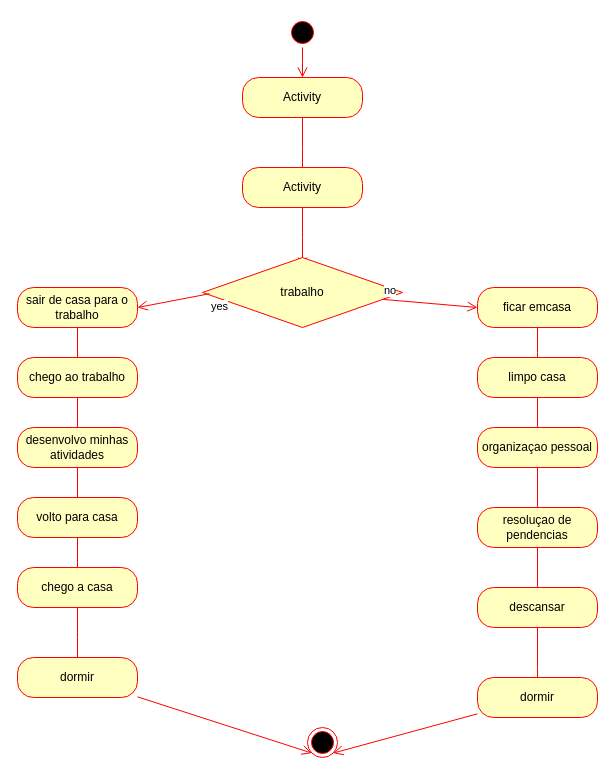
Before: Diagrama exercicio.drawio in flaviomoratoaugustosilva-source/auladiagrama, a draw.io diagram. Source tidied: cells renumbered, new cells numbered last; positions are measured from the earlier drawing's top-left corner, leaving out a move shared by most shapes. Both pictures are drawn from the tidied source at 100%, with x=0, y=0 at pixel (17, 17).
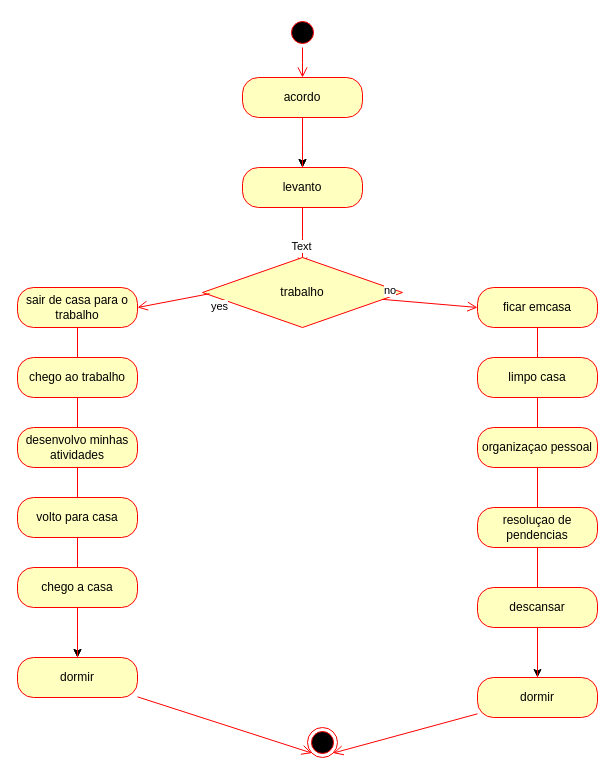
After the change.

The change refers to these unchanged cells:
```xml
<mxCell id="7" style="edgeStyle=orthogonalEdgeStyle;html=1;verticalAlign=bottom;endArrow=open;endSize=8;strokeColor=#ff0000;rounded=0;" parent="1" edge="1" source="6">
  <mxGeometry relative="1" as="geometry">
    <mxPoint x="285" y="250" as="targetPoint" />
  </mxGeometry>
</mxCell>
<mxCell id="21" value="descansar" style="rounded=1;whiteSpace=wrap;html=1;arcSize=40;fontColor=#000000;fillColor=#ffffc0;strokeColor=#ff0000;" parent="1" vertex="1">
  <mxGeometry x="460" y="570" width="120" height="40" as="geometry" />
</mxCell>
<mxCell id="29" value="chego a casa" style="rounded=1;whiteSpace=wrap;html=1;arcSize=40;fontColor=#000000;fillColor=#ffffc0;strokeColor=#ff0000;" parent="1" vertex="1">
  <mxGeometry y="550" width="120" height="40" as="geometry" />
</mxCell>
<mxCell id="31" value="dormir" style="rounded=1;whiteSpace=wrap;html=1;arcSize=40;fontColor=#000000;fillColor=#ffffc0;strokeColor=#ff0000;" parent="1" vertex="1">
  <mxGeometry y="640" width="120" height="40" as="geometry" />
</mxCell>
<mxCell id="33" value="dormir" style="rounded=1;whiteSpace=wrap;html=1;arcSize=40;fontColor=#000000;fillColor=#ffffc0;strokeColor=#ff0000;" parent="1" vertex="1">
  <mxGeometry x="460" y="660" width="120" height="40" as="geometry" />
</mxCell>
```

The edit, as a diff of the source:
```diff
@@
+    <mxCell id="36" style="edgeStyle=orthogonalEdgeStyle;rounded=0;jettySize=auto;html=1;" parent="1" edge="1" source="4" target="6">
+      <mxGeometry relative="1" as="geometry" />
+    </mxCell>
+    <mxCell id="37" style="edgeStyle=orthogonalEdgeStyle;rounded=0;jettySize=auto;html=1;" parent="1" edge="1" source="4" target="6">
+      <mxGeometry relative="1" as="geometry" />
+    </mxCell>
-    <mxCell id="4" value="Activity" style="rounded=1;whiteSpace=wrap;html=1;arcSize=40;fontColor=#000000;fillColor=#ffffc0;strokeColor=#ff0000;" parent="1" vertex="1">
+    <mxCell id="4" value="acordo" style="rounded=1;whiteSpace=wrap;html=1;arcSize=40;fontColor=#000000;fillColor=#ffffc0;strokeColor=#ff0000;" parent="1" vertex="1">
       <mxGeometry x="225" y="60" width="120" height="40" as="geometry" />
     </mxCell>
@@
-    <mxCell id="6" value="Activity" style="rounded=1;whiteSpace=wrap;html=1;arcSize=40;fontColor=#000000;fillColor=#ffffc0;strokeColor=#ff0000;" parent="1" vertex="1">
+    <mxCell id="6" value="levanto" style="rounded=1;whiteSpace=wrap;html=1;arcSize=40;fontColor=#000000;fillColor=#ffffc0;strokeColor=#ff0000;" parent="1" vertex="1">
       <mxGeometry x="225" y="150" width="120" height="40" as="geometry" />
     </mxCell>
@@
+    <mxCell id="38" value="Text" style="edgeLabel;html=1;align=center;verticalAlign=middle;" parent="7" vertex="1">
+      <mxGeometry x="0.3" y="-2" relative="1" as="geometry" />
+    </mxCell>
@@
+    <mxCell id="39" style="edgeStyle=orthogonalEdgeStyle;rounded=0;jettySize=auto;html=1;" parent="1" edge="1" source="21" target="33">
+      <mxGeometry relative="1" as="geometry" />
+    </mxCell>
@@
+    <mxCell id="40" style="edgeStyle=orthogonalEdgeStyle;rounded=0;jettySize=auto;html=1;" parent="1" edge="1" source="29" target="31">
+      <mxGeometry relative="1" as="geometry" />
+    </mxCell>
+    <mxCell id="41" style="edgeStyle=orthogonalEdgeStyle;rounded=0;jettySize=auto;html=1;" parent="1" edge="1" source="29" target="31">
+      <mxGeometry relative="1" as="geometry" />
+    </mxCell>
```
